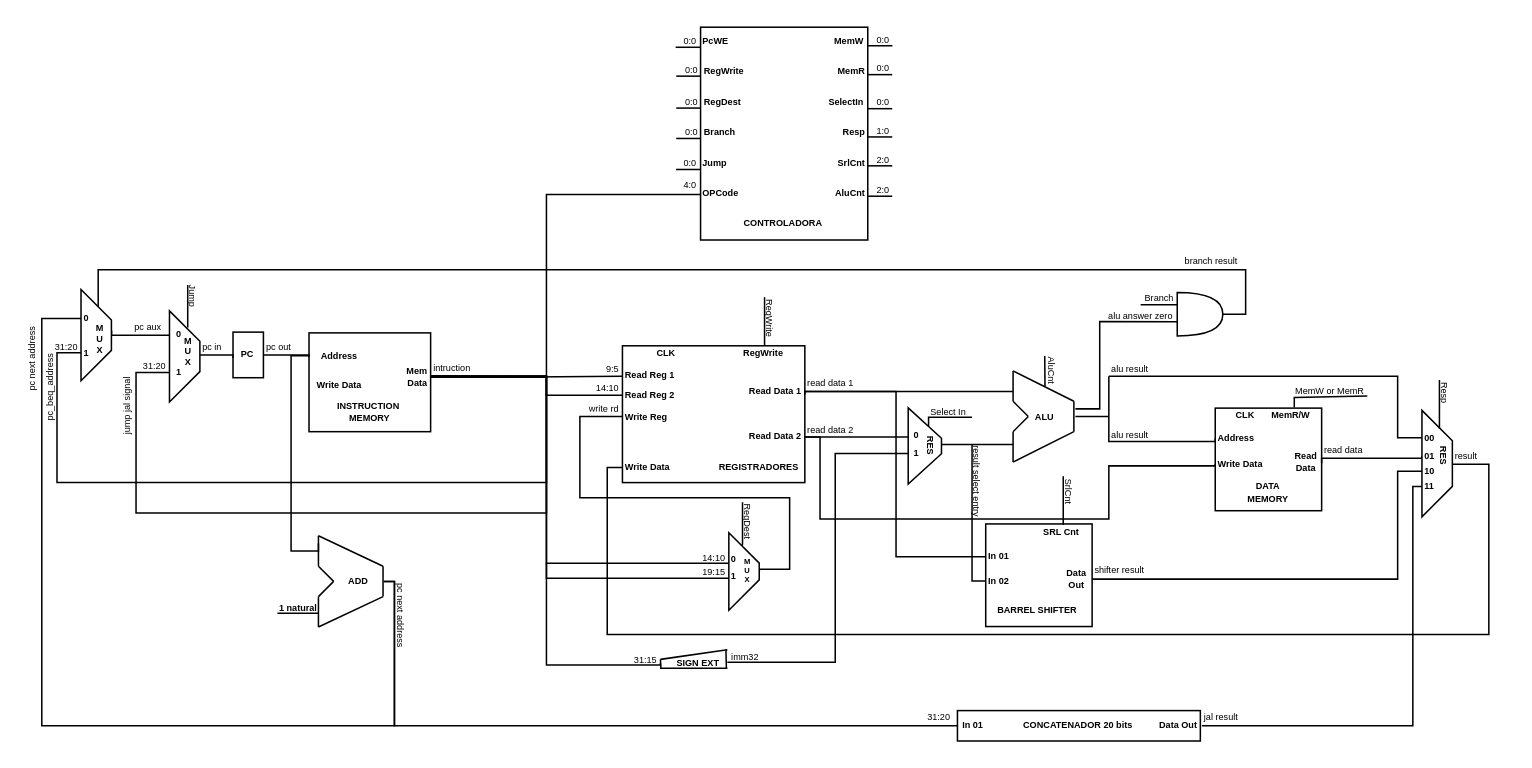
The draw.io diagram Data Path.drawio in RodolfoLessa/risc-v_basead_CPU, before the edit. Source tidied: cells renumbered, new cells numbered last; positions are measured from the earlier drawing's top-left corner, leaving out a move shared by most shapes. Both pictures are drawn from the tidied source at 152%, with x=0, y=0 at pixel (-8, 26).
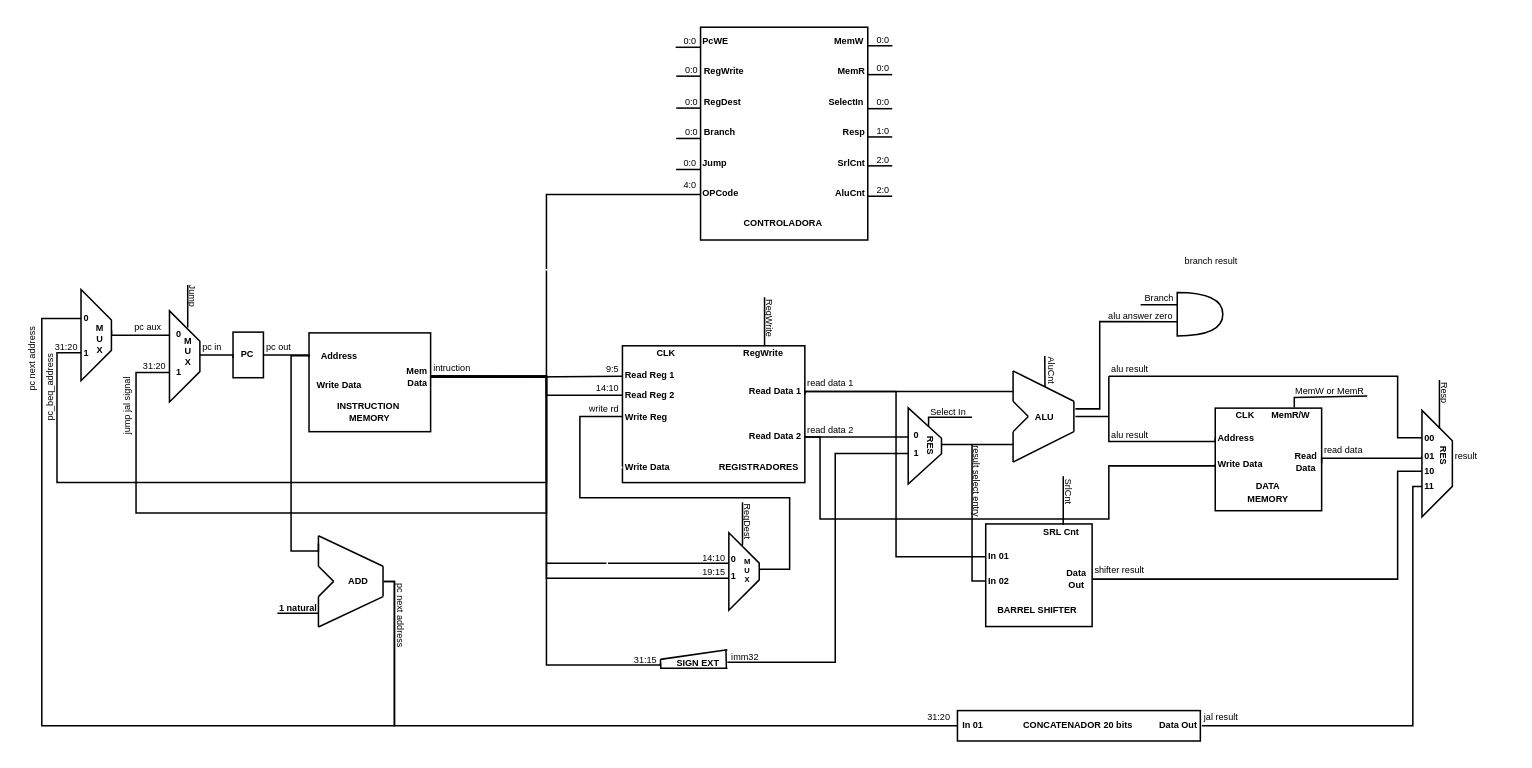
After the change.

Commit message:
Mudando cor das linhas para branco

Unchanged cells that the change refers to:
```xml
<mxCell id="5" value="Write Data" style="text;html=1;strokeColor=none;fillColor=none;align=left;verticalAlign=middle;whiteSpace=wrap;rounded=0;fontSize=6;fontStyle=1;" parent="1" vertex="1">
  <mxGeometry x="414" y="280" width="50" height="20" as="geometry" />
</mxCell>
<mxCell id="58" style="shape=or;whiteSpace=wrap;html=1;" parent="1" vertex="1">
  <mxGeometry x="779" y="175" width="30" height="28.5" as="geometry" />
</mxCell>
<mxCell id="71" value="0" style="text;html=1;strokeColor=none;fillColor=none;align=left;verticalAlign=middle;whiteSpace=wrap;rounded=0;fontSize=6;fontStyle=1;rotation=0;" parent="68" vertex="1">
  <mxGeometry x="0.2" y="11.5" width="14.8" height="15.5" as="geometry" />
</mxCell>
```

Change to the diagram source:
```diff
@@
-    <mxCell id="32" style="edgeStyle=orthogonalEdgeStyle;shape=connector;rounded=0;jettySize=auto;html=1;entryX=0;entryY=0.5;entryDx=0;entryDy=0;labelBackgroundColor=default;strokeColor=#000000;fontFamily=Helvetica;fontSize=11;fontColor=default;endArrow=none;endFill=0;fillColor=#f8cecc;" parent="1" edge="1" target="5">
+    <mxCell id="32" style="edgeStyle=orthogonalEdgeStyle;shape=connector;rounded=0;jettySize=auto;html=1;entryX=0;entryY=0.5;entryDx=0;entryDy=0;labelBackgroundColor=default;strokeColor=#FFFFFF;fontFamily=Helvetica;fontSize=11;fontColor=default;endArrow=none;endFill=0;fillColor=#f8cecc;" parent="1" edge="1" target="5">
       <mxGeometry relative="1" as="geometry">
         <mxPoint x="960" y="288" as="sourcePoint" />
         <Array as="points">
           <mxPoint x="984" y="288" />
           <mxPoint x="984" y="400" />
           <mxPoint x="404" y="400" />
           <mxPoint x="404" y="290" />
         </Array>
       </mxGeometry>
     </mxCell>
@@
-    <mxCell id="57" style="edgeStyle=orthogonalEdgeStyle;shape=connector;rounded=0;jettySize=auto;html=1;entryX=0.75;entryY=0;entryDx=0;entryDy=0;labelBackgroundColor=default;strokeColor=#000000;fontFamily=Helvetica;fontSize=11;fontColor=default;endArrow=none;endFill=0;exitX=1;exitY=0.5;exitDx=0;exitDy=0;exitPerimeter=0;fillColor=#ffe6cc;" parent="1" edge="1" source="58" target="71">
+    <mxCell id="57" style="edgeStyle=orthogonalEdgeStyle;shape=connector;rounded=0;jettySize=auto;html=1;entryX=0.75;entryY=0;entryDx=0;entryDy=0;labelBackgroundColor=default;strokeColor=#FFFFFF;fontFamily=Helvetica;fontSize=11;fontColor=default;endArrow=none;endFill=0;exitX=1;exitY=0.5;exitDx=0;exitDy=0;exitPerimeter=0;fillColor=#ffe6cc;" parent="1" edge="1" source="58" target="71">
       <mxGeometry relative="1" as="geometry">
         <Array as="points">
           <mxPoint x="824" y="189" />
           <mxPoint x="824" y="160" />
           <mxPoint x="69" y="160" />
         </Array>
       </mxGeometry>
     </mxCell>
```
